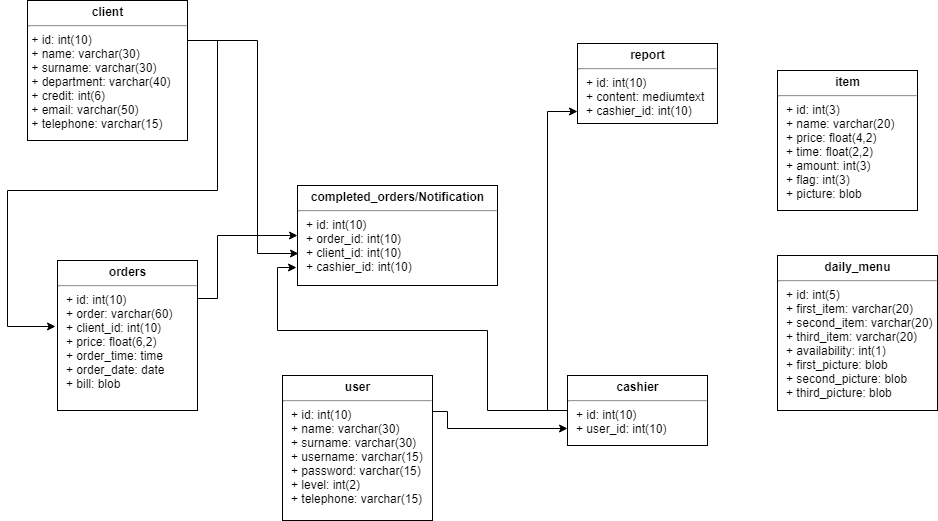
This is Diagrams/DB Schema Diagram/db_schema.png from InaHoxha/Epoka-Canteen-Automation, a draw.io export, as it was before one commit. Source tidied: cells renumbered, new cells last; positions are measured from the earlier drawing's top-left corner, leaving out a move shared by most shapes.
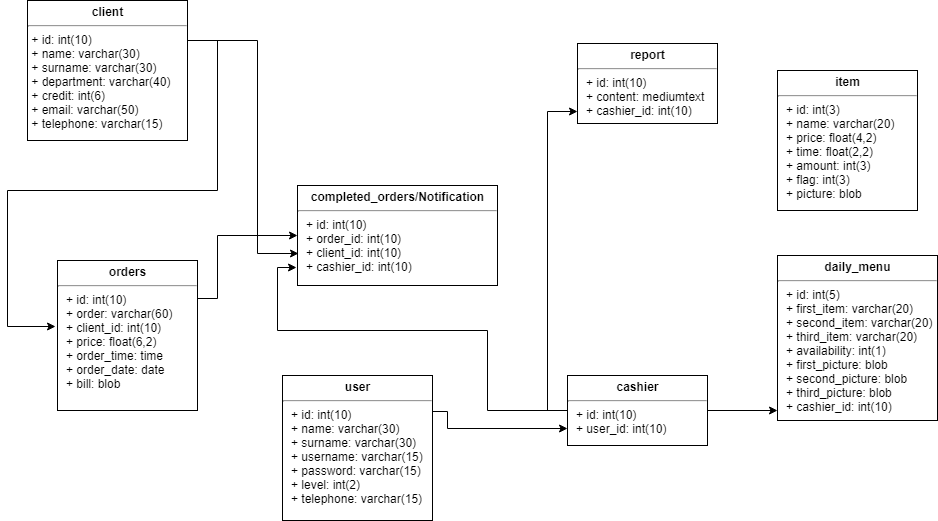
The same file after the commit.

Change to the diagram source:
```diff
@@ -48,8 +48,8 @@
     <mxCell id="9" value="&lt;p style=&quot;margin: 4px 0px 0px ; text-align: center&quot;&gt;&lt;b&gt;user&lt;/b&gt;&lt;/p&gt;&lt;hr&gt;&lt;p style=&quot;margin: 0px ; margin-left: 8px&quot;&gt;+ id: int(10)&lt;/p&gt;&lt;p style=&quot;margin: 0px ; margin-left: 8px&quot;&gt;+ name: varchar(30)&lt;/p&gt;&lt;p style=&quot;margin: 0px ; margin-left: 8px&quot;&gt;+ surname: varchar(30)&lt;/p&gt;&lt;p style=&quot;margin: 0px ; margin-left: 8px&quot;&gt;+ username: varchar(15)&lt;/p&gt;&lt;p style=&quot;margin: 0px ; margin-left: 8px&quot;&gt;+ password: varchar(15)&lt;/p&gt;&lt;p style=&quot;margin: 0px ; margin-left: 8px&quot;&gt;+ level: int(2)&lt;/p&gt;&lt;p style=&quot;margin: 0px ; margin-left: 8px&quot;&gt;+ telephone: varchar(15)&lt;/p&gt;" style="verticalAlign=top;align=left;overflow=fill;fontSize=12;fontFamily=Helvetica;html=1;rounded=0;shadow=0;comic=0;labelBackgroundColor=none;strokeColor=#000000;strokeWidth=1;fillColor=#ffffff;" parent="1" vertex="1">
       <mxGeometry x="275" y="375" width="150" height="145" as="geometry" />
     </mxCell>
-    <mxCell id="10" value="&lt;p style=&quot;margin: 4px 0px 0px ; text-align: center&quot;&gt;&lt;b&gt;daily_menu&lt;/b&gt;&lt;/p&gt;&lt;hr&gt;&lt;p style=&quot;margin: 0px ; margin-left: 8px&quot;&gt;+ id: int(5)&lt;/p&gt;&lt;p style=&quot;margin: 0px ; margin-left: 8px&quot;&gt;+ first_item: varchar(20)&lt;/p&gt;&lt;p style=&quot;margin: 0px ; margin-left: 8px&quot;&gt;+ second_item: varchar(20)&lt;/p&gt;&lt;p style=&quot;margin: 0px ; margin-left: 8px&quot;&gt;+ third_item: varchar(20)&lt;/p&gt;&lt;p style=&quot;margin: 0px ; margin-left: 8px&quot;&gt;+ availability: int(1)&lt;/p&gt;&lt;p style=&quot;margin: 0px ; margin-left: 8px&quot;&gt;+ first_picture: blob&lt;/p&gt;&lt;p style=&quot;margin: 0px ; margin-left: 8px&quot;&gt;+ second_picture: blob&lt;/p&gt;&lt;p style=&quot;margin: 0px ; margin-left: 8px&quot;&gt;+ third_picture: blob&lt;/p&gt;" style="verticalAlign=top;align=left;overflow=fill;fontSize=12;fontFamily=Helvetica;html=1;rounded=0;shadow=0;comic=0;labelBackgroundColor=none;strokeColor=#000000;strokeWidth=1;fillColor=#ffffff;" parent="1" vertex="1">
-      <mxGeometry x="770" y="255" width="160" height="155" as="geometry" />
+    <mxCell id="10" value="&lt;p style=&quot;margin: 4px 0px 0px ; text-align: center&quot;&gt;&lt;b&gt;daily_menu&lt;/b&gt;&lt;/p&gt;&lt;hr&gt;&lt;p style=&quot;margin: 0px ; margin-left: 8px&quot;&gt;+ id: int(5)&lt;/p&gt;&lt;p style=&quot;margin: 0px ; margin-left: 8px&quot;&gt;+ first_item: varchar(20)&lt;/p&gt;&lt;p style=&quot;margin: 0px ; margin-left: 8px&quot;&gt;+ second_item: varchar(20)&lt;/p&gt;&lt;p style=&quot;margin: 0px ; margin-left: 8px&quot;&gt;+ third_item: varchar(20)&lt;/p&gt;&lt;p style=&quot;margin: 0px ; margin-left: 8px&quot;&gt;+ availability: int(1)&lt;/p&gt;&lt;p style=&quot;margin: 0px ; margin-left: 8px&quot;&gt;+ first_picture: blob&lt;/p&gt;&lt;p style=&quot;margin: 0px ; margin-left: 8px&quot;&gt;+ second_picture: blob&lt;/p&gt;&lt;p style=&quot;margin: 0px ; margin-left: 8px&quot;&gt;+ third_picture: blob&lt;/p&gt;&lt;p style=&quot;margin: 0px ; margin-left: 8px&quot;&gt;+ cashier_id: int(10)&lt;/p&gt;" style="verticalAlign=top;align=left;overflow=fill;fontSize=12;fontFamily=Helvetica;html=1;rounded=0;shadow=0;comic=0;labelBackgroundColor=none;strokeColor=#000000;strokeWidth=1;fillColor=#ffffff;" parent="1" vertex="1">
+      <mxGeometry x="770" y="255" width="160" height="165" as="geometry" />
     </mxCell>
     <mxCell id="11" value="&lt;p style=&quot;margin: 4px 0px 0px ; text-align: center&quot;&gt;&lt;b&gt;item&lt;/b&gt;&lt;/p&gt;&lt;hr&gt;&lt;p style=&quot;margin: 0px ; margin-left: 8px&quot;&gt;+ id: int(3)&lt;/p&gt;&lt;p style=&quot;margin: 0px ; margin-left: 8px&quot;&gt;+ name: varchar(20)&lt;/p&gt;&lt;p style=&quot;margin: 0px ; margin-left: 8px&quot;&gt;+ price: float(4,2)&lt;/p&gt;&lt;p style=&quot;margin: 0px ; margin-left: 8px&quot;&gt;+ time: float(2,2)&lt;/p&gt;&lt;p style=&quot;margin: 0px ; margin-left: 8px&quot;&gt;+ amount: int(3)&lt;/p&gt;&lt;p style=&quot;margin: 0px ; margin-left: 8px&quot;&gt;+ flag: int(3)&lt;/p&gt;&lt;p style=&quot;margin: 0px ; margin-left: 8px&quot;&gt;+ picture: blob&lt;/p&gt;" style="verticalAlign=top;align=left;overflow=fill;fontSize=12;fontFamily=Helvetica;html=1;rounded=0;shadow=0;comic=0;labelBackgroundColor=none;strokeColor=#000000;strokeWidth=1;fillColor=#ffffff;" parent="1" vertex="1">
       <mxGeometry x="770" y="70" width="140" height="140" as="geometry" />
@@ -67,6 +67,11 @@
     <mxCell id="13" style="edgeStyle=orthogonalEdgeStyle;rounded=0;jettySize=auto;html=1;exitX=0;exitY=0.5;exitDx=0;exitDy=0;entryX=0.003;entryY=0.853;entryDx=0;entryDy=0;entryPerimeter=0;" parent="1" edge="1" source="14" target="15">
       <mxGeometry relative="1" as="geometry" />
     </mxCell>
+    <mxCell id="16" style="edgeStyle=orthogonalEdgeStyle;rounded=0;jettySize=auto;html=1;exitX=1;exitY=0.5;exitDx=0;exitDy=0;" parent="1" edge="1" source="14">
+      <mxGeometry relative="1" as="geometry">
+        <mxPoint x="770" y="410" as="targetPoint" />
+      </mxGeometry>
+    </mxCell>
     <mxCell id="14" value="&lt;p style=&quot;margin: 4px 0px 0px ; text-align: center&quot;&gt;&lt;b&gt;cashier&lt;/b&gt;&lt;/p&gt;&lt;hr&gt;&lt;p style=&quot;margin: 0px ; margin-left: 8px&quot;&gt;+ id: int(10)&lt;/p&gt;&lt;p style=&quot;margin: 0px ; margin-left: 8px&quot;&gt;+ user_id: int(10)&lt;/p&gt;" style="verticalAlign=top;align=left;overflow=fill;fontSize=12;fontFamily=Helvetica;html=1;rounded=0;shadow=0;comic=0;labelBackgroundColor=none;strokeColor=#000000;strokeWidth=1;fillColor=#ffffff;" parent="1" vertex="1">
       <mxGeometry x="560" y="375" width="140" height="70" as="geometry" />
     </mxCell>
```
